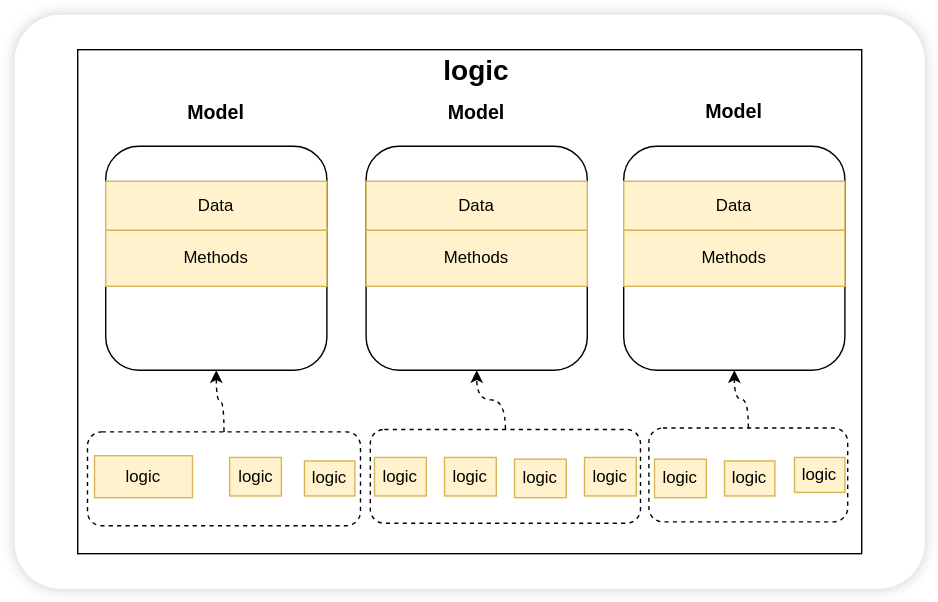
fluthjs/fluth-vue keeps this draw.io diagram as packages/public/logic.drawio.svg. Above is the earlier version. Source tidied: cells renumbered, new cells last; positions are measured from the earlier drawing's top-left corner, leaving out a move shared by most shapes.
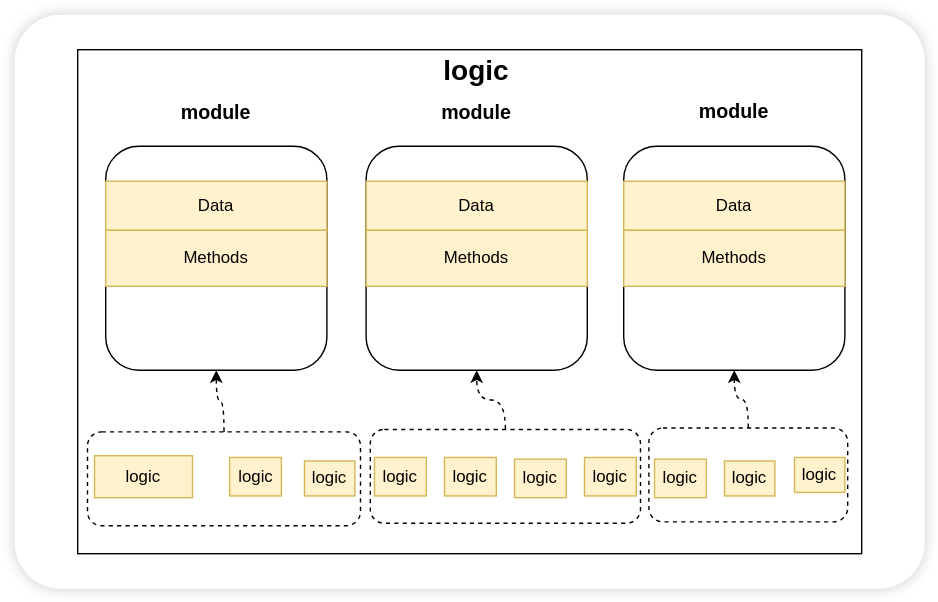
After the change.

The edit, as a diff of the source:
```diff
@@ -41,13 +41,13 @@
     <mxCell id="14" value="&lt;font style=&quot;font-size: 20px;&quot;&gt;&lt;b&gt;logic&lt;/b&gt;&lt;/font&gt;" style="text;html=1;align=center;verticalAlign=middle;whiteSpace=wrap;rounded=0;fontFamily=Helvetica;fontSize=11;fontColor=default;labelBackgroundColor=default;" parent="1" vertex="1">
       <mxGeometry x="300" y="24" width="60" height="30" as="geometry" />
     </mxCell>
-    <mxCell id="15" value="&lt;b&gt;&lt;font style=&quot;font-size: 14px;&quot;&gt;Model&lt;/font&gt;&lt;/b&gt;" style="text;html=1;align=center;verticalAlign=middle;whiteSpace=wrap;rounded=0;" parent="1" vertex="1">
+    <mxCell id="15" value="&lt;b&gt;&lt;font style=&quot;font-size: 14px;&quot;&gt;module&lt;/font&gt;&lt;/b&gt;" style="text;html=1;align=center;verticalAlign=middle;whiteSpace=wrap;rounded=0;" parent="1" vertex="1">
       <mxGeometry x="114" y="55" width="60" height="30" as="geometry" />
     </mxCell>
-    <mxCell id="16" value="&lt;b&gt;&lt;font style=&quot;font-size: 14px;&quot;&gt;Model&lt;/font&gt;&lt;/b&gt;" style="text;html=1;align=center;verticalAlign=middle;whiteSpace=wrap;rounded=0;" parent="1" vertex="1">
+    <mxCell id="16" value="&lt;b&gt;&lt;font style=&quot;font-size: 14px;&quot;&gt;module&lt;/font&gt;&lt;/b&gt;" style="text;html=1;align=center;verticalAlign=middle;whiteSpace=wrap;rounded=0;" parent="1" vertex="1">
       <mxGeometry x="300" y="55" width="60" height="30" as="geometry" />
     </mxCell>
-    <mxCell id="17" value="&lt;b&gt;&lt;font style=&quot;font-size: 14px;&quot;&gt;Model&lt;/font&gt;&lt;/b&gt;" style="text;html=1;align=center;verticalAlign=middle;whiteSpace=wrap;rounded=0;" parent="1" vertex="1">
+    <mxCell id="17" value="&lt;b&gt;&lt;font style=&quot;font-size: 14px;&quot;&gt;module&lt;/font&gt;&lt;/b&gt;" style="text;html=1;align=center;verticalAlign=middle;whiteSpace=wrap;rounded=0;" parent="1" vertex="1">
       <mxGeometry x="484" y="54" width="60" height="30" as="geometry" />
     </mxCell>
     <mxCell id="18" style="edgeStyle=orthogonalEdgeStyle;html=1;entryX=0.5;entryY=1;entryDx=0;entryDy=0;curved=1;dashed=1;" parent="1" edge="1" source="19" target="25">
```
